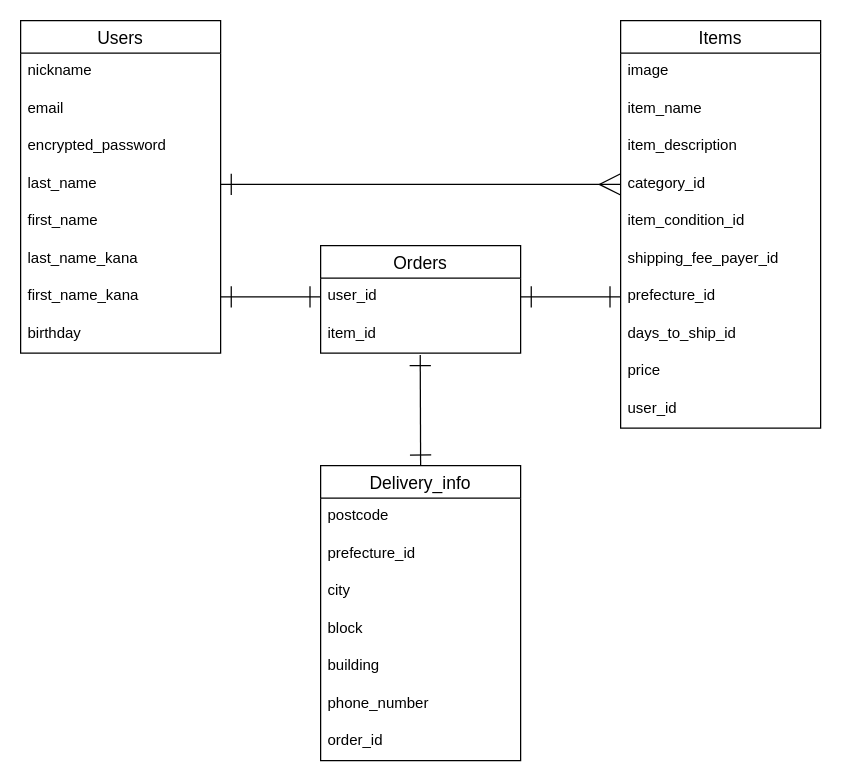
kazzz8/furima-24747 keeps this draw.io diagram as furima.dio. Above is the earlier version. Source tidied: cells renumbered, new cells numbered last; positions are measured from the earlier drawing's top-left corner, leaving out a move shared by most shapes. Both pictures are drawn from the tidied source at 125%, with x=0, y=0 at pixel (20, 20).
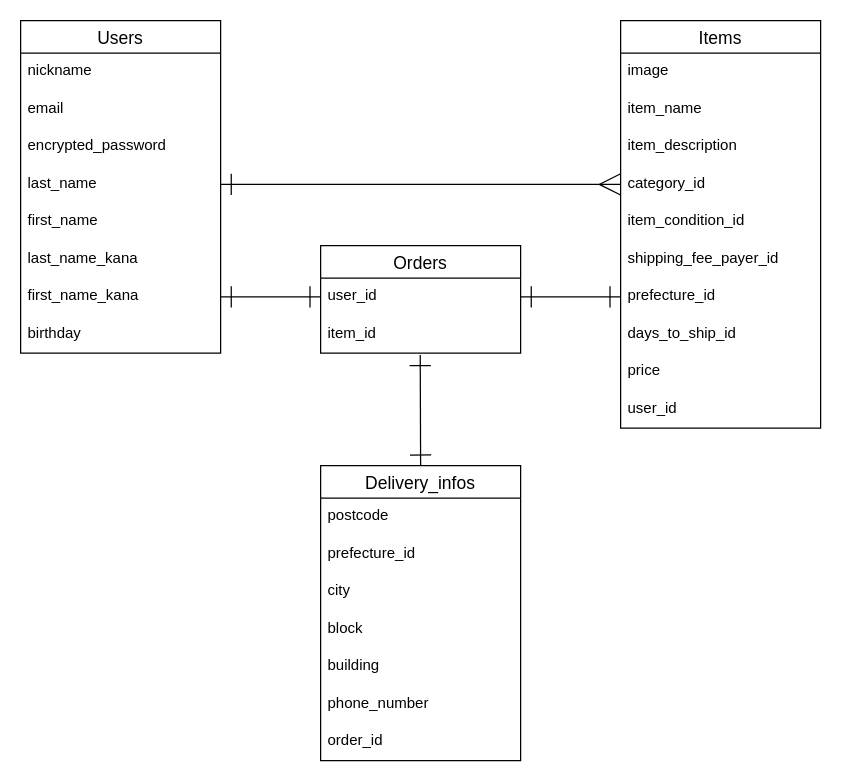
The same page after the edit.

Commit message:
データベース設計レビュー後微修正

Change to the diagram source:
```diff
@@
-    <mxCell id="23" value="Delivery_info" style="swimlane;fontStyle=0;horizontal=1;startSize=26;align=center;fontSize=14;" parent="1" vertex="1">
+    <mxCell id="23" value="Delivery_infos" style="swimlane;fontStyle=0;horizontal=1;startSize=26;align=center;fontSize=14;" parent="1" vertex="1">
       <mxGeometry x="240" y="356" width="160" height="236" as="geometry" />
     </mxCell>
```
